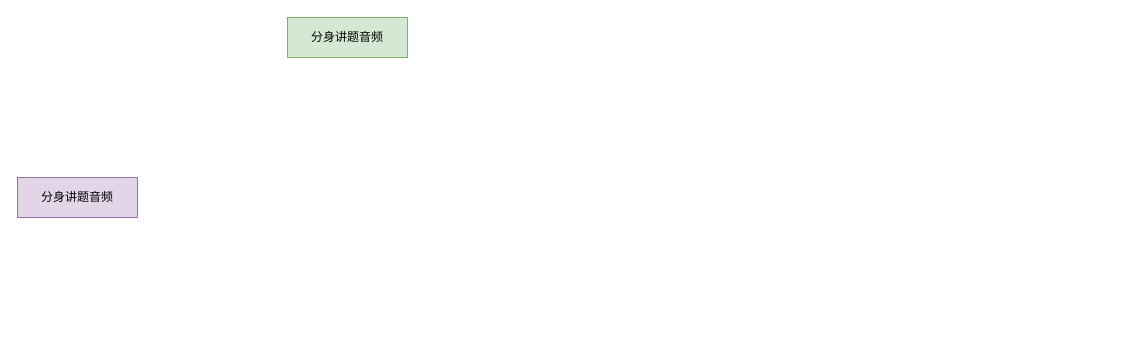
Earlier version of the draw.io diagram page "第 2 页" (2 of 2) of draw.io/数字人1.drawio (straicat/netdisk). Source tidied: cells renumbered, new cells numbered last; positions are measured from the earlier drawing's top-left corner, leaving out a move shared by most shapes. Both pictures are drawn from the tidied source at 100%, with x=0, y=0 at pixel (17, 17).
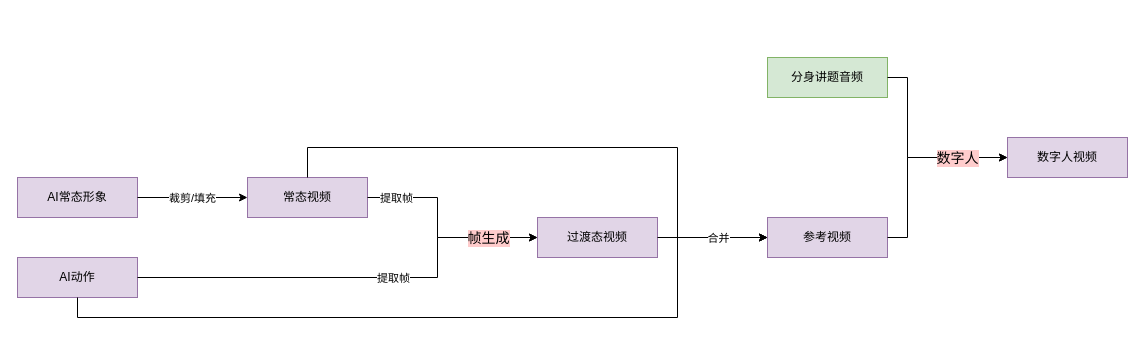
Above is the later version.

Commit message (it also covers changes not shown here):
更新数字人1.drawio

Diff of the diagram source:
```diff
@@
     <mxCell id="2" value="分身讲题音频" style="rounded=0;whiteSpace=wrap;html=1;fillColor=#d5e8d4;strokeColor=#82b366;" parent="1" vertex="1">
-      <mxGeometry x="270" width="120" height="40" as="geometry" />
+      <mxGeometry x="750" y="40" width="120" height="40" as="geometry" />
     </mxCell>
-    <mxCell id="3" value="分身讲题音频" style="rounded=0;whiteSpace=wrap;html=1;fillColor=#e1d5e7;strokeColor=#9673a6;" parent="1" vertex="1">
+    <mxCell id="3" value="AI常态形象" style="rounded=0;whiteSpace=wrap;html=1;fillColor=#e1d5e7;strokeColor=#9673a6;" parent="1" vertex="1">
       <mxGeometry y="160" width="120" height="40" as="geometry" />
     </mxCell>
+    <mxCell id="4" value="AI动作" style="rounded=0;whiteSpace=wrap;html=1;fillColor=#e1d5e7;strokeColor=#9673a6;" parent="1" vertex="1">
+      <mxGeometry y="240" width="120" height="40" as="geometry" />
+    </mxCell>
+    <mxCell id="5" value="过渡态视频" style="rounded=0;whiteSpace=wrap;html=1;fillColor=#e1d5e7;strokeColor=#9673a6;" parent="1" vertex="1">
+      <mxGeometry x="520" y="200" width="120" height="40" as="geometry" />
+    </mxCell>
+    <mxCell id="6" value="常态视频" style="rounded=0;whiteSpace=wrap;html=1;fillColor=#e1d5e7;strokeColor=#9673a6;" parent="1" vertex="1">
+      <mxGeometry x="230" y="160" width="120" height="40" as="geometry" />
+    </mxCell>
+    <mxCell id="7" style="endArrow=classic;html=1;rounded=0;exitX=1;exitY=0.5;exitDx=0;exitDy=0;entryX=0;entryY=0.5;entryDx=0;entryDy=0;" parent="1" edge="1" source="3" target="6">
+      <mxGeometry relative="1" as="geometry" />
+    </mxCell>
+    <mxCell id="8" value="裁剪/填充" style="edgeLabel;html=1;align=center;verticalAlign=middle;" parent="7" vertex="1">
+      <mxGeometry x="-0.2" relative="1" as="geometry">
+        <mxPoint x="10" as="offset" />
+      </mxGeometry>
+    </mxCell>
+    <mxCell id="9" style="endArrow=classic;html=1;rounded=0;exitX=1;exitY=0.5;exitDx=0;exitDy=0;entryX=0;entryY=0.5;entryDx=0;entryDy=0;" parent="1" edge="1" source="4" target="5">
+      <mxGeometry relative="1" as="geometry">
+        <Array as="points">
+          <mxPoint x="420" y="260" />
+          <mxPoint x="420" y="220" />
+        </Array>
+      </mxGeometry>
+    </mxCell>
+    <mxCell id="10" value="提取帧" style="edgeLabel;html=1;align=center;verticalAlign=middle;" parent="9" vertex="1">
+      <mxGeometry x="-0.49" y="3" relative="1" as="geometry">
+        <mxPoint x="143" y="3" as="offset" />
+      </mxGeometry>
+    </mxCell>
+    <mxCell id="11" style="endArrow=classic;html=1;rounded=0;exitX=1;exitY=0.5;exitDx=0;exitDy=0;entryX=0;entryY=0.5;entryDx=0;entryDy=0;" parent="1" edge="1" source="6" target="5">
+      <mxGeometry relative="1" as="geometry">
+        <Array as="points">
+          <mxPoint x="420" y="180" />
+          <mxPoint x="420" y="220" />
+        </Array>
+      </mxGeometry>
+    </mxCell>
+    <mxCell id="12" value="提取帧" style="edgeLabel;html=1;align=center;verticalAlign=middle;" parent="11" vertex="1">
+      <mxGeometry x="-0.8" y="-1" relative="1" as="geometry">
+        <mxPoint x="7" y="-1" as="offset" />
+      </mxGeometry>
+    </mxCell>
+    <mxCell id="13" value="帧生成" style="edgeLabel;html=1;align=center;verticalAlign=middle;labelBackgroundColor=#FFCCCC;fontSize=14;" parent="11" vertex="1">
+      <mxGeometry x="0.31" relative="1" as="geometry">
+        <mxPoint x="22" as="offset" />
+      </mxGeometry>
+    </mxCell>
+    <mxCell id="14" value="参考视频" style="rounded=0;whiteSpace=wrap;html=1;fillColor=#e1d5e7;strokeColor=#9673a6;" parent="1" vertex="1">
+      <mxGeometry x="750" y="200" width="120" height="40" as="geometry" />
+    </mxCell>
+    <mxCell id="15" style="endArrow=classic;html=1;rounded=0;exitX=0.5;exitY=0;exitDx=0;exitDy=0;entryX=0;entryY=0.5;entryDx=0;entryDy=0;" parent="1" edge="1" source="6" target="14">
+      <mxGeometry relative="1" as="geometry">
+        <Array as="points">
+          <mxPoint x="290" y="130" />
+          <mxPoint x="660" y="130" />
+          <mxPoint x="660" y="220" />
+        </Array>
+      </mxGeometry>
+    </mxCell>
+    <mxCell id="16" style="endArrow=classic;html=1;rounded=0;exitX=0.5;exitY=1;exitDx=0;exitDy=0;entryX=0;entryY=0.5;entryDx=0;entryDy=0;" parent="1" edge="1" source="4" target="14">
+      <mxGeometry relative="1" as="geometry">
+        <Array as="points">
+          <mxPoint x="60" y="300" />
+          <mxPoint x="660" y="300" />
+          <mxPoint x="660" y="220" />
+        </Array>
+      </mxGeometry>
+    </mxCell>
+    <mxCell id="17" style="endArrow=classic;html=1;rounded=0;exitX=1;exitY=0.5;exitDx=0;exitDy=0;entryX=0;entryY=0.5;entryDx=0;entryDy=0;" parent="1" edge="1" source="5" target="14">
+      <mxGeometry relative="1" as="geometry" />
+    </mxCell>
+    <mxCell id="18" value="合并" style="edgeLabel;html=1;align=center;verticalAlign=middle;" parent="17" vertex="1">
+      <mxGeometry x="-0.04" y="3" relative="1" as="geometry">
+        <mxPoint x="7" y="3" as="offset" />
+      </mxGeometry>
+    </mxCell>
+    <mxCell id="19" value="数字人视频" style="rounded=0;whiteSpace=wrap;html=1;fillColor=#e1d5e7;strokeColor=#9673a6;" parent="1" vertex="1">
+      <mxGeometry x="990" y="120" width="120" height="40" as="geometry" />
+    </mxCell>
+    <mxCell id="20" style="endArrow=classic;html=1;rounded=0;exitX=1;exitY=0.5;exitDx=0;exitDy=0;entryX=0;entryY=0.5;entryDx=0;entryDy=0;" parent="1" edge="1" source="2" target="19">
+      <mxGeometry relative="1" as="geometry">
+        <Array as="points">
+          <mxPoint x="890" y="60" />
+          <mxPoint x="890" y="140" />
+        </Array>
+      </mxGeometry>
+    </mxCell>
+    <mxCell id="21" style="endArrow=classic;html=1;rounded=0;exitX=1;exitY=0.5;exitDx=0;exitDy=0;entryX=0;entryY=0.5;entryDx=0;entryDy=0;" parent="1" edge="1" source="14" target="19">
+      <mxGeometry relative="1" as="geometry">
+        <Array as="points">
+          <mxPoint x="890" y="220" />
+          <mxPoint x="890" y="140" />
+        </Array>
+      </mxGeometry>
+    </mxCell>
+    <mxCell id="22" value="数字人" style="edgeLabel;html=1;align=center;verticalAlign=middle;fontSize=14;labelBackgroundColor=#FFCCCC;" parent="21" vertex="1">
+      <mxGeometry x="0.49" y="2" relative="1" as="geometry">
+        <mxPoint y="2" as="offset" />
+      </mxGeometry>
+    </mxCell>
```
